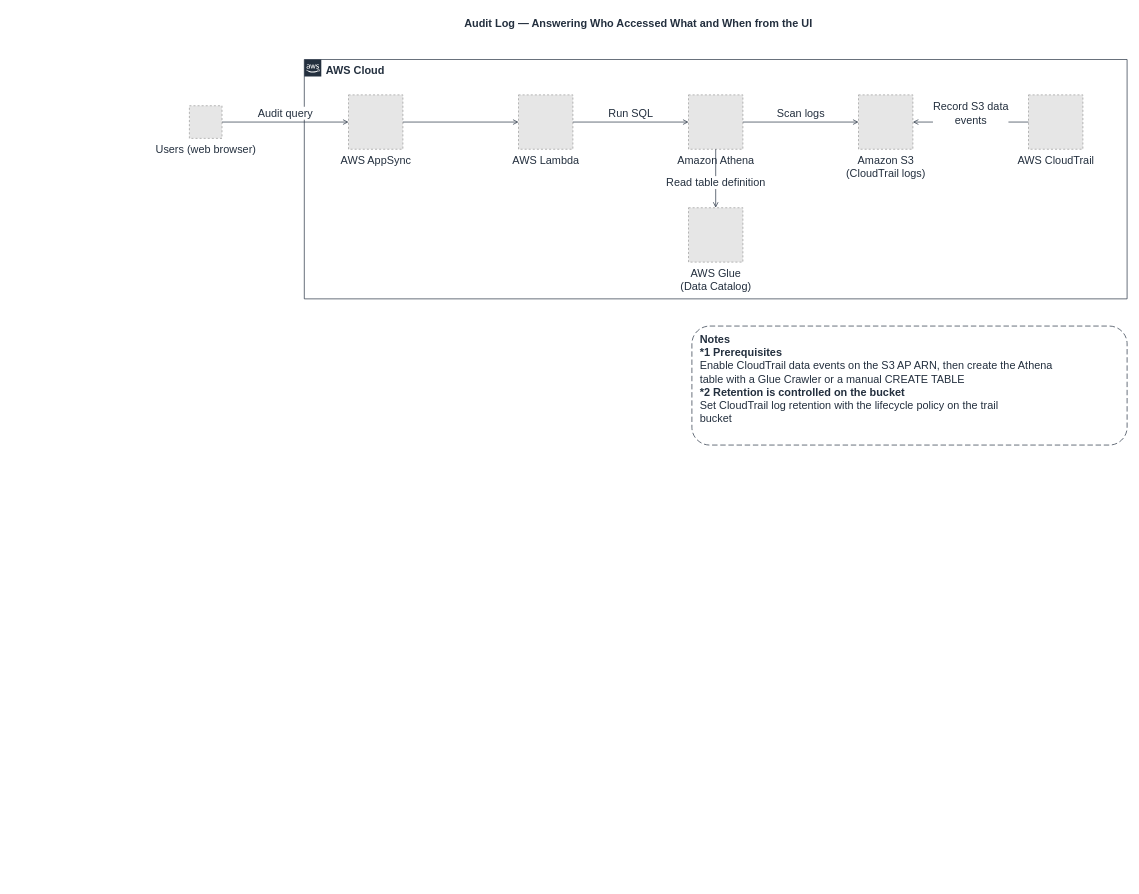
This is docs/diagrams/part2-audit-log-pipeline-en.drawio from Yoshiki0705/FSx-for-ONTAP-S3AccessPoints-Serverless-Patterns, a draw.io file, before an edit. Source tidied: cells renumbered, new cells numbered last; positions are measured from the earlier drawing's top-left corner, leaving out a move shared by most shapes. Both pictures are drawn from the tidied source at 68%, with x=0, y=0 at pixel (148, 12). Pictures stored in the file or linked from it are replaced by grey dashed boxes.
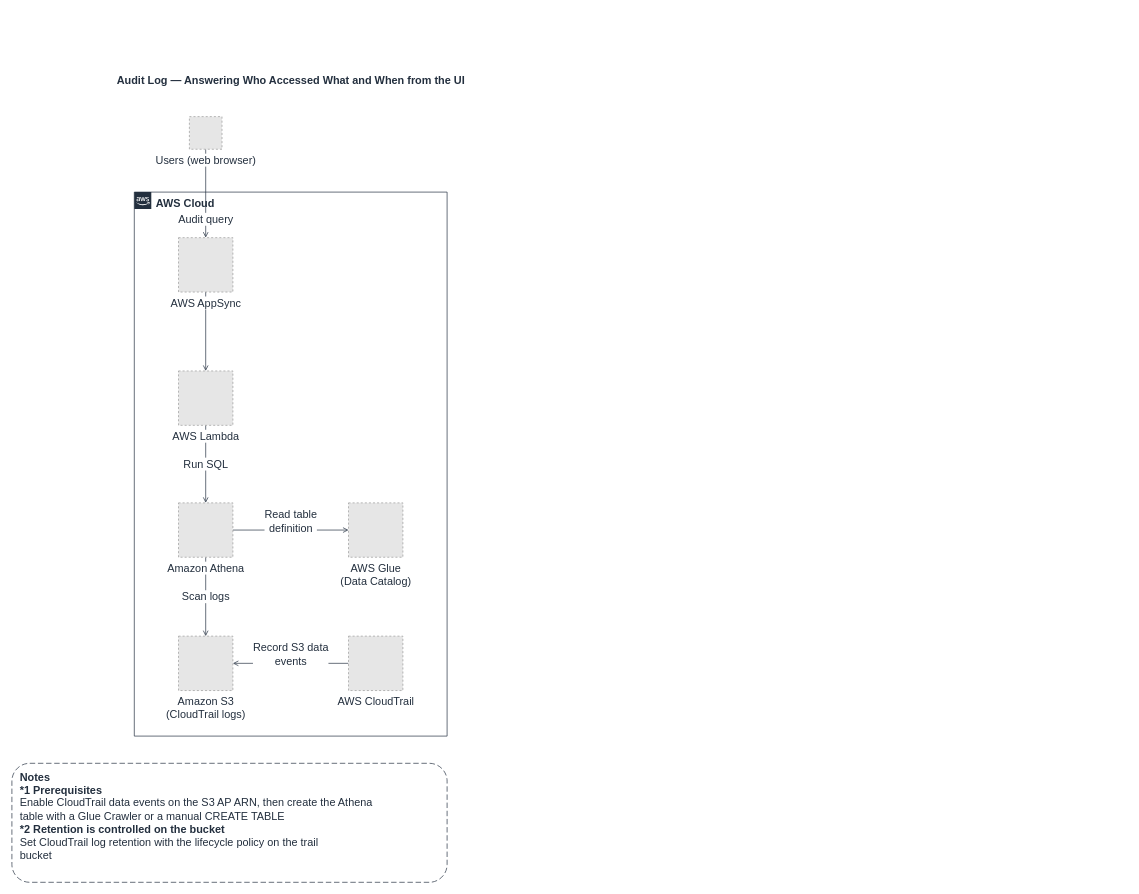
The same diagram, later.

Change to the diagram source:
```diff
@@
     <mxCell id="2" value="Audit Log — Answering Who Accessed What and When from the UI" style="text;html=1;align=center;verticalAlign=middle;fontSize=16;fontStyle=1;fontColor=#232F3E;" parent="1" vertex="1">
-      <mxGeometry width="1439" height="34" as="geometry" />
+      <mxGeometry x="-21" y="84" width="460" height="34" as="geometry" />
     </mxCell>
     <mxCell id="3" value="AWS Cloud" style="gradientColor=none;html=1;whiteSpace=wrap;fontSize=16;fontStyle=1;shape=mxgraph.aws4.group;grIcon=mxgraph.aws4.group_aws_cloud_alt;strokeColor=#232F3E;fillColor=none;verticalAlign=top;align=left;spacingLeft=30;fontColor=#232F3E;dashed=0;" parent="1" vertex="1">
-      <mxGeometry x="229" y="70" width="1210" height="352" as="geometry" />
+      <mxGeometry x="-21" y="265" width="460" height="800" as="geometry" />
     </mxCell>
+    <mxCell id="11" value="Audit query" style="edgeStyle=orthogonalEdgeStyle;rounded=0;jettySize=auto;html=1;endArrow=open;endFill=0;strokeColor=#232F3E;strokeWidth=1;fontSize=16;fontColor=#232F3E;labelBackgroundColor=#ffffff;" parent="1" edge="1" source="4" target="5">
+      <mxGeometry relative="1" as="geometry">
+        <mxPoint y="38" as="offset" />
+      </mxGeometry>
+    </mxCell>
+    <mxCell id="12" style="edgeStyle=orthogonalEdgeStyle;rounded=0;jettySize=auto;html=1;endArrow=open;endFill=0;strokeColor=#232F3E;strokeWidth=1;fontSize=16;fontColor=#232F3E;labelBackgroundColor=#ffffff;" parent="1" edge="1" source="5" target="6">
+      <mxGeometry relative="1" as="geometry" />
+    </mxCell>
+    <mxCell id="13" value="Run SQL" style="edgeStyle=orthogonalEdgeStyle;rounded=0;jettySize=auto;html=1;endArrow=open;endFill=0;strokeColor=#232F3E;strokeWidth=1;fontSize=16;fontColor=#232F3E;labelBackgroundColor=#ffffff;" parent="1" edge="1" source="6" target="7">
+      <mxGeometry relative="1" as="geometry" />
+    </mxCell>
+    <mxCell id="14" value="Read table&lt;br&gt;definition" style="edgeStyle=orthogonalEdgeStyle;rounded=0;jettySize=auto;html=1;endArrow=open;endFill=0;strokeColor=#232F3E;strokeWidth=1;fontSize=16;fontColor=#232F3E;labelBackgroundColor=#ffffff;" parent="1" edge="1" source="7" target="8">
+      <mxGeometry relative="1" as="geometry">
+        <mxPoint y="-13" as="offset" />
+      </mxGeometry>
+    </mxCell>
+    <mxCell id="15" value="Scan logs" style="edgeStyle=orthogonalEdgeStyle;rounded=0;jettySize=auto;html=1;endArrow=open;endFill=0;strokeColor=#232F3E;strokeWidth=1;fontSize=16;fontColor=#232F3E;labelBackgroundColor=#ffffff;" parent="1" edge="1" source="7" target="9">
+      <mxGeometry relative="1" as="geometry" />
+    </mxCell>
+    <mxCell id="16" value="Record S3 data&lt;br&gt;events" style="edgeStyle=orthogonalEdgeStyle;rounded=0;jettySize=auto;html=1;endArrow=open;endFill=0;strokeColor=#232F3E;strokeWidth=1;fontSize=16;fontColor=#232F3E;labelBackgroundColor=#ffffff;" parent="1" edge="1" source="10" target="9">
+      <mxGeometry relative="1" as="geometry">
+        <mxPoint y="-13" as="offset" />
+      </mxGeometry>
+    </mxCell>
-    <mxCell id="4" value="Users (web browser)" style="fillColor=#E6E6E6;strokeColor=#999999;dashed=1;html=1;verticalLabelPosition=bottom;verticalAlign=top;labelPosition=center;align=center;fontSize=16;fontColor=#232F3E;" parent="1" vertex="1">
-      <mxGeometry x="60" y="138" width="48" height="48" as="geometry" />
+    <mxCell id="4" value="Users (web browser)" style="fillColor=#E6E6E6;strokeColor=#999999;dashed=1;html=1;verticalLabelPosition=bottom;verticalAlign=top;labelPosition=center;align=center;fontSize=16;fontColor=#232F3E;labelBackgroundColor=#FFFFFF;" parent="1" vertex="1">
+      <mxGeometry x="60" y="154" width="48" height="48" as="geometry" />
     </mxCell>
-    <mxCell id="5" value="AWS AppSync" style="fillColor=#E6E6E6;strokeColor=#999999;dashed=1;html=1;verticalLabelPosition=bottom;verticalAlign=top;labelPosition=center;align=center;fontSize=16;fontColor=#232F3E;" parent="1" vertex="1">
-      <mxGeometry x="294" y="122" width="80" height="80" as="geometry" />
+    <mxCell id="5" value="AWS AppSync" style="fillColor=#E6E6E6;strokeColor=#999999;dashed=1;html=1;verticalLabelPosition=bottom;verticalAlign=top;labelPosition=center;align=center;fontSize=16;fontColor=#232F3E;labelBackgroundColor=#FFFFFF;" parent="1" vertex="1">
+      <mxGeometry x="44" y="332" width="80" height="80" as="geometry" />
     </mxCell>
-    <mxCell id="6" value="AWS Lambda" style="fillColor=#E6E6E6;strokeColor=#999999;dashed=1;html=1;verticalLabelPosition=bottom;verticalAlign=top;labelPosition=center;align=center;fontSize=16;fontColor=#232F3E;" parent="1" vertex="1">
-      <mxGeometry x="544" y="122" width="80" height="80" as="geometry" />
+    <mxCell id="6" value="AWS Lambda" style="fillColor=#E6E6E6;strokeColor=#999999;dashed=1;html=1;verticalLabelPosition=bottom;verticalAlign=top;labelPosition=center;align=center;fontSize=16;fontColor=#232F3E;labelBackgroundColor=#FFFFFF;" parent="1" vertex="1">
+      <mxGeometry x="44" y="528" width="80" height="80" as="geometry" />
     </mxCell>
-    <mxCell id="7" value="Amazon Athena" style="fillColor=#E6E6E6;strokeColor=#999999;dashed=1;html=1;verticalLabelPosition=bottom;verticalAlign=top;labelPosition=center;align=center;fontSize=16;fontColor=#232F3E;" parent="1" vertex="1">
-      <mxGeometry x="794" y="122" width="80" height="80" as="geometry" />
+    <mxCell id="7" value="Amazon Athena" style="fillColor=#E6E6E6;strokeColor=#999999;dashed=1;html=1;verticalLabelPosition=bottom;verticalAlign=top;labelPosition=center;align=center;fontSize=16;fontColor=#232F3E;labelBackgroundColor=#FFFFFF;" parent="1" vertex="1">
+      <mxGeometry x="44" y="722" width="80" height="80" as="geometry" />
     </mxCell>
-    <mxCell id="8" value="AWS Glue&lt;br&gt;(Data Catalog)" style="fillColor=#E6E6E6;strokeColor=#999999;dashed=1;html=1;verticalLabelPosition=bottom;verticalAlign=top;labelPosition=center;align=center;fontSize=16;fontColor=#232F3E;" parent="1" vertex="1">
-      <mxGeometry x="794" y="288" width="80" height="80" as="geometry" />
+    <mxCell id="8" value="AWS Glue&lt;br&gt;(Data Catalog)" style="fillColor=#E6E6E6;strokeColor=#999999;dashed=1;html=1;verticalLabelPosition=bottom;verticalAlign=top;labelPosition=center;align=center;fontSize=16;fontColor=#232F3E;labelBackgroundColor=#FFFFFF;" parent="1" vertex="1">
+      <mxGeometry x="294" y="722" width="80" height="80" as="geometry" />
     </mxCell>
-    <mxCell id="9" value="Amazon S3&lt;br&gt;(CloudTrail logs)" style="fillColor=#E6E6E6;strokeColor=#999999;dashed=1;html=1;verticalLabelPosition=bottom;verticalAlign=top;labelPosition=center;align=center;fontSize=16;fontColor=#232F3E;" parent="1" vertex="1">
-      <mxGeometry x="1044" y="122" width="80" height="80" as="geometry" />
+    <mxCell id="9" value="Amazon S3&lt;br&gt;(CloudTrail logs)" style="fillColor=#E6E6E6;strokeColor=#999999;dashed=1;html=1;verticalLabelPosition=bottom;verticalAlign=top;labelPosition=center;align=center;fontSize=16;fontColor=#232F3E;labelBackgroundColor=#FFFFFF;" parent="1" vertex="1">
+      <mxGeometry x="44" y="918" width="80" height="80" as="geometry" />
     </mxCell>
-    <mxCell id="10" value="AWS CloudTrail" style="fillColor=#E6E6E6;strokeColor=#999999;dashed=1;html=1;verticalLabelPosition=bottom;verticalAlign=top;labelPosition=center;align=center;fontSize=16;fontColor=#232F3E;" parent="1" vertex="1">
-      <mxGeometry x="1294" y="122" width="80" height="80" as="geometry" />
+    <mxCell id="10" value="AWS CloudTrail" style="fillColor=#E6E6E6;strokeColor=#999999;dashed=1;html=1;verticalLabelPosition=bottom;verticalAlign=top;labelPosition=center;align=center;fontSize=16;fontColor=#232F3E;labelBackgroundColor=#FFFFFF;" parent="1" vertex="1">
+      <mxGeometry x="294" y="918" width="80" height="80" as="geometry" />
     </mxCell>
-    <mxCell id="11" value="Audit query" style="edgeStyle=orthogonalEdgeStyle;rounded=0;jettySize=auto;html=1;endArrow=open;endFill=0;strokeColor=#232F3E;strokeWidth=1;fontSize=16;fontColor=#232F3E;labelBackgroundColor=#ffffff;" parent="1" edge="1" source="4" target="5">
-      <mxGeometry relative="1" as="geometry">
-        <mxPoint y="-13" as="offset" />
-      </mxGeometry>
-    </mxCell>
-    <mxCell id="12" style="edgeStyle=orthogonalEdgeStyle;rounded=0;jettySize=auto;html=1;endArrow=open;endFill=0;strokeColor=#232F3E;strokeWidth=1;fontSize=16;fontColor=#232F3E;labelBackgroundColor=#ffffff;" parent="1" edge="1" source="5" target="6">
-      <mxGeometry relative="1" as="geometry" />
-    </mxCell>
-    <mxCell id="13" value="Run SQL" style="edgeStyle=orthogonalEdgeStyle;rounded=0;jettySize=auto;html=1;endArrow=open;endFill=0;strokeColor=#232F3E;strokeWidth=1;fontSize=16;fontColor=#232F3E;labelBackgroundColor=#ffffff;" parent="1" edge="1" source="6" target="7">
-      <mxGeometry relative="1" as="geometry">
-        <mxPoint y="-13" as="offset" />
-      </mxGeometry>
-    </mxCell>
-    <mxCell id="14" value="Read table definition" style="edgeStyle=orthogonalEdgeStyle;rounded=0;jettySize=auto;html=1;endArrow=open;endFill=0;strokeColor=#232F3E;strokeWidth=1;fontSize=16;fontColor=#232F3E;labelBackgroundColor=#ffffff;" parent="1" edge="1" source="7" target="8">
-      <mxGeometry relative="1" as="geometry">
-        <mxPoint y="6" as="offset" />
-      </mxGeometry>
-    </mxCell>
-    <mxCell id="15" value="Scan logs" style="edgeStyle=orthogonalEdgeStyle;rounded=0;jettySize=auto;html=1;endArrow=open;endFill=0;strokeColor=#232F3E;strokeWidth=1;fontSize=16;fontColor=#232F3E;labelBackgroundColor=#ffffff;" parent="1" edge="1" source="7" target="9">
-      <mxGeometry relative="1" as="geometry">
-        <mxPoint y="-13" as="offset" />
-      </mxGeometry>
-    </mxCell>
-    <mxCell id="16" value="Record S3 data&lt;br&gt;events" style="edgeStyle=orthogonalEdgeStyle;rounded=0;jettySize=auto;html=1;endArrow=open;endFill=0;strokeColor=#232F3E;strokeWidth=1;fontSize=16;fontColor=#232F3E;labelBackgroundColor=#ffffff;" parent="1" edge="1" source="10" target="9">
-      <mxGeometry relative="1" as="geometry">
-        <mxPoint y="-13" as="offset" />
-      </mxGeometry>
-    </mxCell>
     <mxCell id="17" value="&lt;b&gt;Notes&lt;/b&gt;&lt;br&gt;&lt;b&gt;*1 Prerequisites&lt;/b&gt;&lt;br&gt;Enable CloudTrail data events on the S3 AP ARN, then create the Athena&lt;br&gt;table with a Glue Crawler or a manual CREATE TABLE&lt;br&gt;&lt;b&gt;*2 Retention is controlled on the bucket&lt;/b&gt;&lt;br&gt;Set CloudTrail log retention with the lifecycle policy on the trail&lt;br&gt;bucket" style="rounded=1;whiteSpace=wrap;html=1;dashed=1;dashPattern=8 4;strokeColor=#232F3E;fillColor=#FFFFFF;align=left;verticalAlign=top;spacingLeft=10;spacingTop=4;fontSize=16;fontColor=#232F3E;" parent="1" vertex="1">
-      <mxGeometry x="799" y="462" width="640" height="175" as="geometry" />
+      <mxGeometry x="-201" y="1105" width="640" height="175" as="geometry" />
     </mxCell>
```
